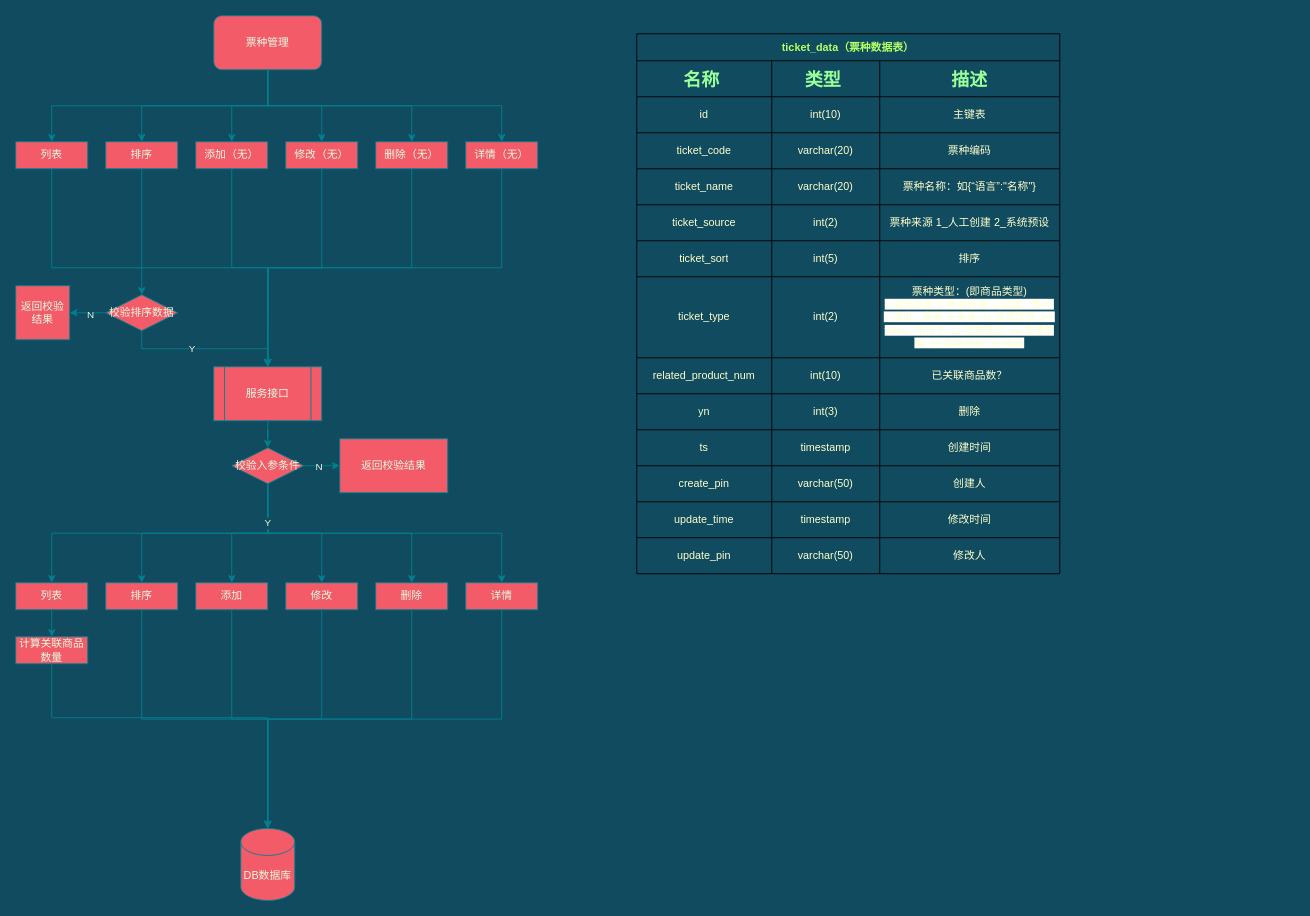
The draw.io diagram page "票种管理" (1 of 2) of tour-product.drawio in liqiang0113/Project, before the edit. Source tidied: cells renumbered, new cells numbered last; positions are measured from the earlier drawing's top-left corner, leaving out a move shared by most shapes. Both pictures are drawn from the tidied source at 90%, with x=0, y=0 at pixel (15, 15).
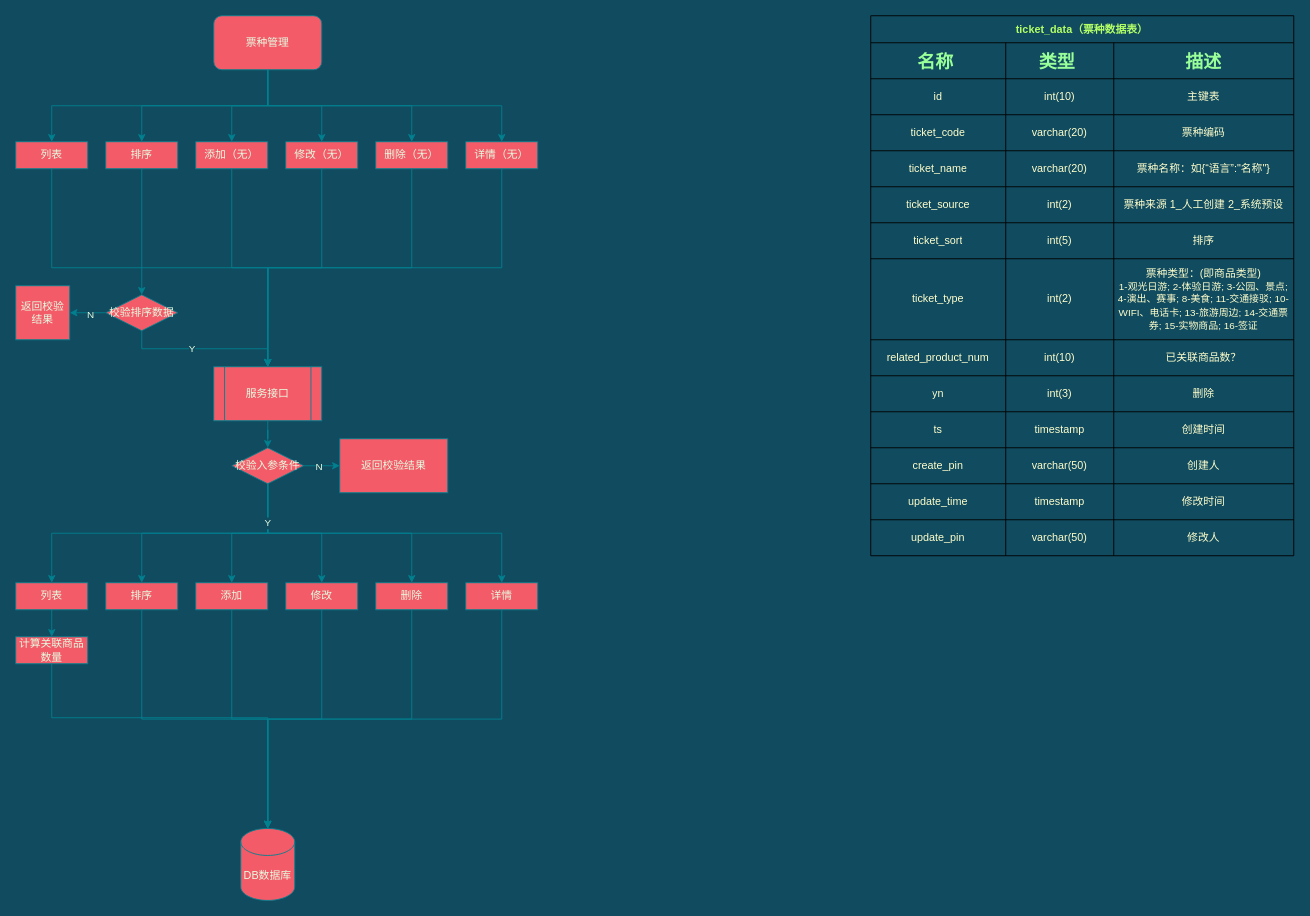
After the change.

The change refers to these unchanged cells:
```xml
<mxCell id="80" style="shape=tableRow;horizontal=0;startSize=0;swimlaneHead=0;swimlaneBody=0;top=0;left=0;bottom=0;right=0;fillColor=none;strokeColor=#028090;fontColor=#E4FDE1;" parent="55" vertex="1">
  <mxGeometry y="270" width="470" height="90" as="geometry" />
</mxCell>
```

The edit, as a diff of the source:
```diff
@@
     <mxCell id="55" value="ticket_data（票种数据表）" style="shape=table;startSize=30;childLayout=tableLayout;fontStyle=1;align=center;swimlaneLine=1;strokeWidth=1;fillColor=none;fontColor=#B3FF66;" parent="1" vertex="1">
-      <mxGeometry x="690" y="20" width="470" height="600" as="geometry" />
+      <mxGeometry x="950" width="470" height="600" as="geometry" />
     </mxCell>
@@
-    <mxCell id="83" value="票种类型：(即商品类型)&lt;br&gt;&lt;span style=&quot;font-size: 11px; background-color: rgb(255, 255, 255);&quot;&gt;1-观光日游; 2-体验日游; 3-公园、景点; 4-演出、赛事; 8-美食; 11-交通接驳; 10-WIFI、电话卡; 13-旅游周边; 14-交通票券; 15-实物商品; 16-签证&lt;/span&gt;" style="shape=partialRectangle;html=1;whiteSpace=wrap;top=0;left=0;bottom=0;right=0;overflow=hidden;align=center;strokeWidth=1;fillColor=none;fontColor=#FFFFCC;verticalAlign=middle;" parent="80" vertex="1">
+    <mxCell id="83" value="票种类型：(即商品类型)&lt;br&gt;&lt;span style=&quot;font-size: 11px;&quot;&gt;1-观光日游; 2-体验日游; 3-公园、景点; 4-演出、赛事; 8-美食; 11-交通接驳; 10-WIFI、电话卡; 13-旅游周边; 14-交通票券; 15-实物商品; 16-签证&lt;/span&gt;" style="shape=partialRectangle;html=1;whiteSpace=wrap;top=0;left=0;bottom=0;right=0;overflow=hidden;align=center;strokeWidth=1;fillColor=none;fontColor=#FFFFCC;verticalAlign=middle;" parent="80" vertex="1">
       <mxGeometry x="270" width="200" height="90" as="geometry" />
     </mxCell>
```
